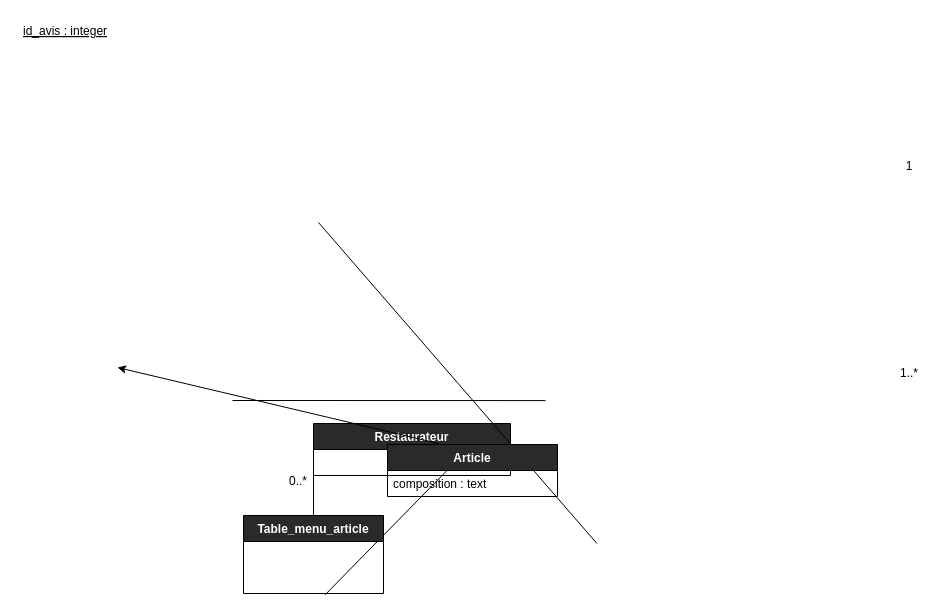
Earlier version of the draw.io diagram diagrammes/diagramme_logique.drawio (TheAIWizard/Ensaeats). Source tidied: cells renumbered, new cells numbered last; positions are measured from the earlier drawing's top-left corner, leaving out a move shared by most shapes. Both pictures are drawn from the tidied source at 100%, with x=0, y=0 at pixel (17, 17).
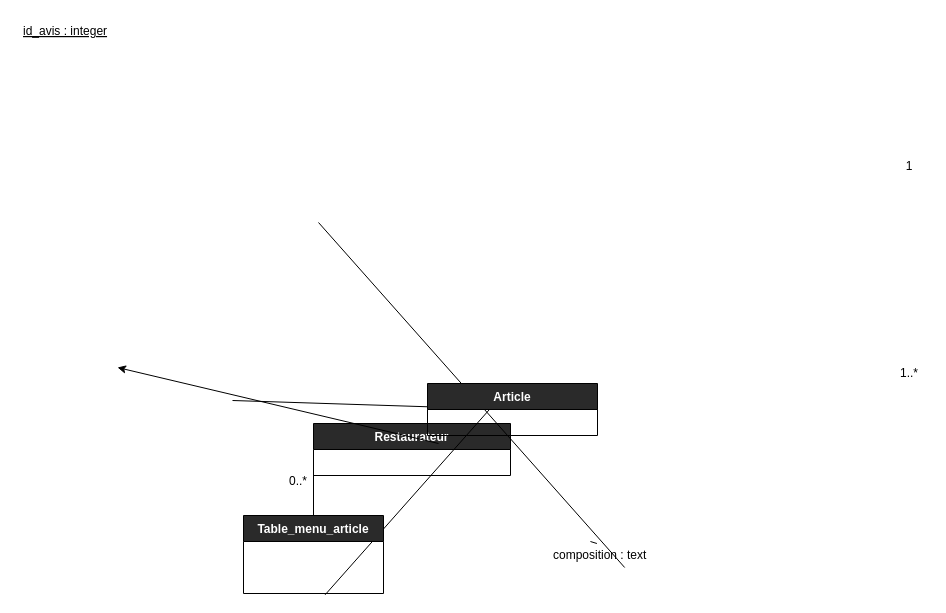
The same page after the edit.

What changed in the source:
```diff
@@
-    <mxCell id="6" style="endArrow=none;html=1;strokeColor=#000000;entryX=0.454;entryY=1;entryDx=0;entryDy=0;entryPerimeter=0;" parent="1" edge="1">
+    <mxCell id="6" style="endArrow=none;html=1;strokeColor=#000000;entryX=0.454;entryY=1;entryDx=0;entryDy=0;entryPerimeter=0;startArrow=none;" parent="1" edge="1" source="9">
       <mxGeometry relative="1" as="geometry">
-        <mxPoint x="301" y="205" as="sourcePoint" />
         <mxPoint x="579.4" y="526" as="targetPoint" />
       </mxGeometry>
     </mxCell>
@@
-    <mxCell id="8" value="Article" style="swimlane;fontStyle=1;horizontal=1;startSize=26;rounded=0;shadow=0;glass=0;sketch=0;fillColor=#2a2a2a;fontColor=#FFFFFF;" parent="1" vertex="1">
-      <mxGeometry x="370" y="427" width="170" height="52" as="geometry" />
-    </mxCell>
-    <mxCell id="9" value="composition : text" style="text;strokeColor=none;fillColor=none;align=left;verticalAlign=top;spacingLeft=4;spacingRight=4;overflow=hidden;points=[[0,0.5],[1,0.5]];portConstraint=eastwest;rounded=0;shadow=0;glass=0;sketch=0;fontColor=#000000;" parent="8" vertex="1">
-      <mxGeometry y="26" width="170" height="26" as="geometry" />
-    </mxCell>
@@
-    <mxCell id="14" style="edgeStyle=none;html=1;exitX=1;exitY=0.5;exitDx=0;exitDy=0;endArrow=none;endFill=0;strokeColor=#000000;" parent="1" edge="1">
+    <mxCell id="14" style="edgeStyle=none;html=1;exitX=1;exitY=0.5;exitDx=0;exitDy=0;endArrow=none;endFill=0;strokeColor=#000000;startArrow=none;" parent="1" edge="1" source="8">
       <mxGeometry relative="1" as="geometry">
-        <mxPoint x="215" y="383" as="sourcePoint" />
         <mxPoint x="528.1" y="383.1" as="targetPoint" />
       </mxGeometry>
     </mxCell>
@@
+    <mxCell id="9" value="composition : text" style="text;strokeColor=none;fillColor=none;align=left;verticalAlign=top;spacingLeft=4;spacingRight=4;overflow=hidden;points=[[0,0.5],[1,0.5]];portConstraint=eastwest;rounded=0;shadow=0;glass=0;sketch=0;fontColor=#000000;" parent="1" vertex="1">
+      <mxGeometry x="530" y="524" width="170" height="26" as="geometry" />
+    </mxCell>
+    <mxCell id="16" style="endArrow=none;html=1;strokeColor=#000000;entryX=0.454;entryY=1;entryDx=0;entryDy=0;entryPerimeter=0;" parent="1" edge="1" target="9">
+      <mxGeometry relative="1" as="geometry">
+        <mxPoint x="301" y="205" as="sourcePoint" />
+      </mxGeometry>
+    </mxCell>
+    <mxCell id="8" value="Article" style="swimlane;fontStyle=1;horizontal=1;startSize=26;rounded=0;shadow=0;glass=0;sketch=0;fillColor=#2a2a2a;fontColor=#FFFFFF;" parent="1" vertex="1">
+      <mxGeometry x="410" y="366" width="170" height="52" as="geometry" />
+    </mxCell>
+    <mxCell id="17" style="edgeStyle=none;html=1;exitX=1;exitY=0.5;exitDx=0;exitDy=0;endArrow=none;endFill=0;strokeColor=#000000;" parent="1" edge="1" target="8">
+      <mxGeometry relative="1" as="geometry">
+        <mxPoint x="215" y="383" as="sourcePoint" />
+      </mxGeometry>
+    </mxCell>
```
